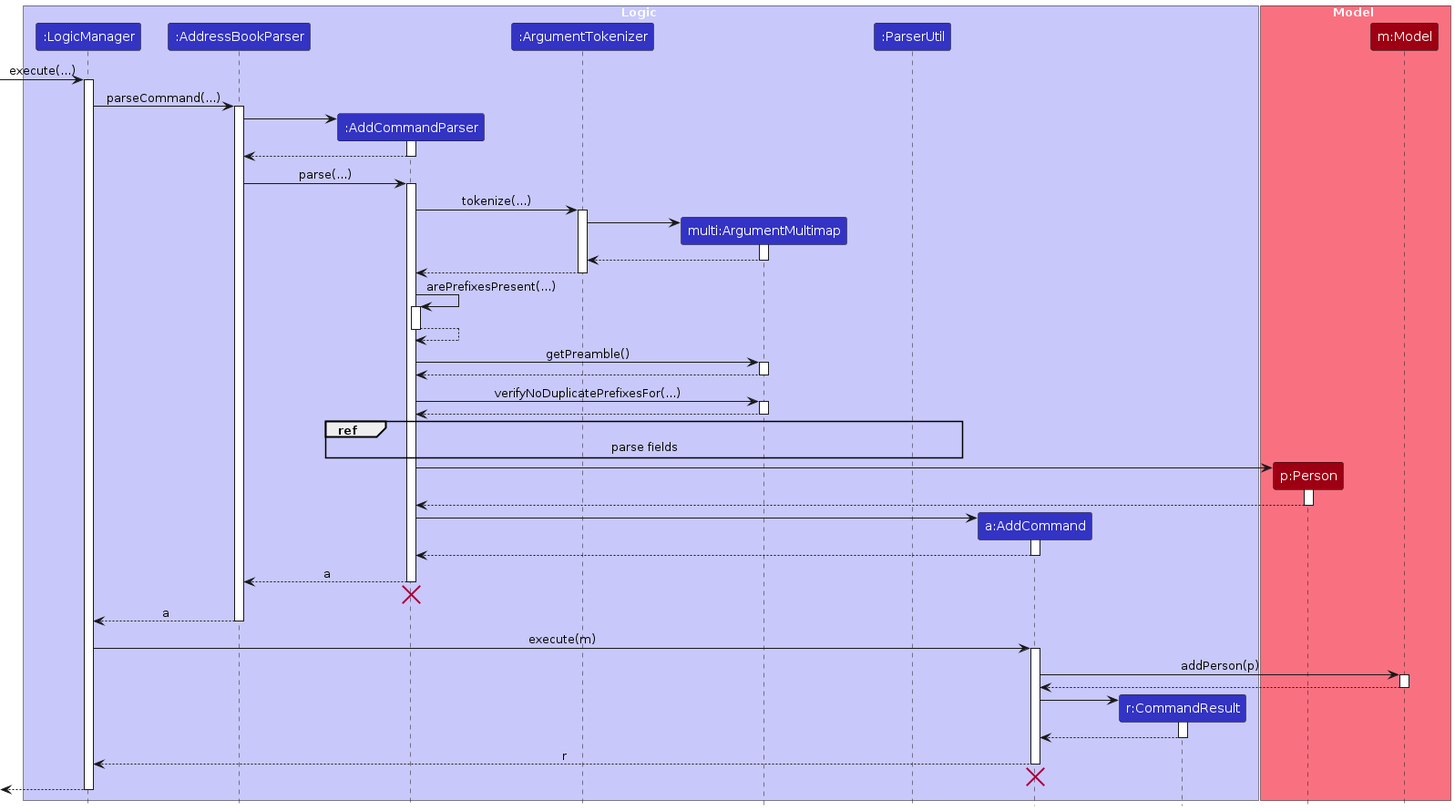
AY2324S2-CS2103T-T10-1/tp keeps this PlantUML diagram as diagrams/AddSequenceDiagram.png. Above is the earlier version. Its source is kept beside it as diagrams/AddSequenceDiagram.puml.
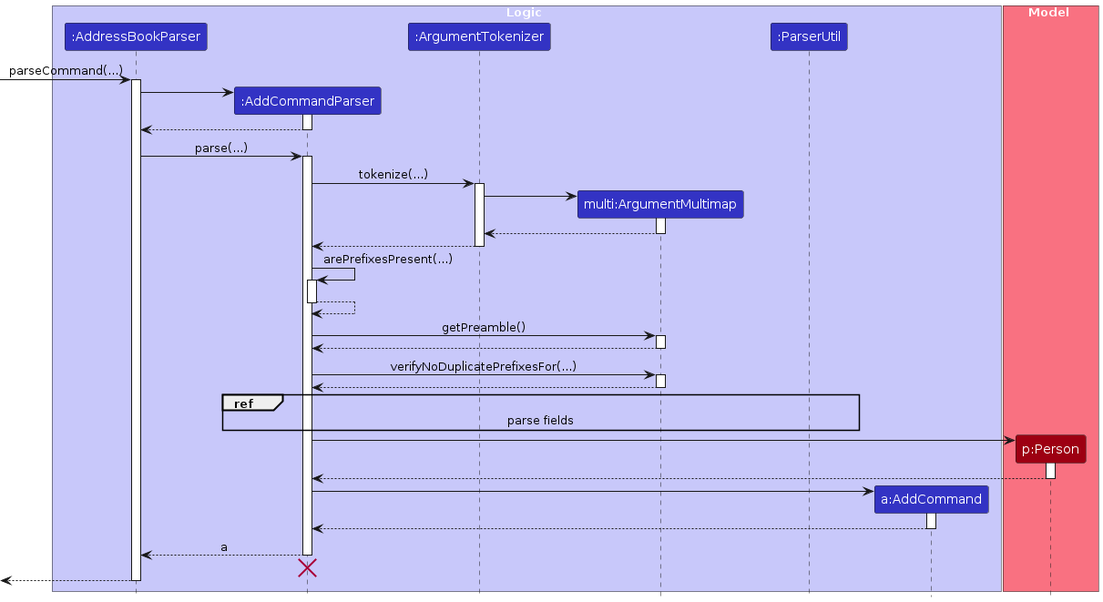
The same file after the commit.

What changed in the source:
```diff
@@ -3,27 +3,21 @@
 skinparam ArrowFontStyle plain
 
 box Logic LOGIC_COLOR_T1
-participant ":LogicManager" as LogicManager LOGIC_COLOR
 participant ":AddressBookParser" as AddressBookParser LOGIC_COLOR
 participant ":AddCommandParser" as AddCommandParser LOGIC_COLOR
 participant ":ArgumentTokenizer" as ArgumentTokenizer LOGIC_COLOR
 participant "multi:ArgumentMultimap" as ArgumentMultimap LOGIC_COLOR
 participant ":ParserUtil" as ParserUtil LOGIC_COLOR
 participant "a:AddCommand" as AddCommand LOGIC_COLOR
-participant "r:CommandResult" as CommandResult LOGIC_COLOR
 end box
 
 
 
 box Model MODEL_COLOR_T1
 participant "p:Person" as Person MODEL_COLOR
-participant "m:Model" as Model MODEL_COLOR
 end box
 
-[-> LogicManager : execute(...)
-activate LogicManager
-
-LogicManager -> AddressBookParser : parseCommand(...)
+[-> AddressBookParser : parseCommand(...)
 activate AddressBookParser
 
 create AddCommandParser
@@ -88,30 +82,7 @@
 AddCommandParser -[hidden]-> AddressBookParser
 destroy AddCommandParser
 
-AddressBookParser --> LogicManager : a
+[<-- AddressBookParser :
 deactivate AddressBookParser
 
-LogicManager -> AddCommand : execute(m)
-activate AddCommand
-
-AddCommand -> Model : addPerson(p)
-activate Model
-
-Model --> AddCommand
-deactivate Model
-
-create CommandResult
-AddCommand -> CommandResult
-activate CommandResult
-
-CommandResult --> AddCommand
-deactivate CommandResult
-
-AddCommand --> LogicManager : r
-deactivate AddCommand
-AddCommand -[hidden]-> LogicManager
-destroy AddCommand
-
-[<--LogicManager
-deactivate LogicManager
 @enduml
```
